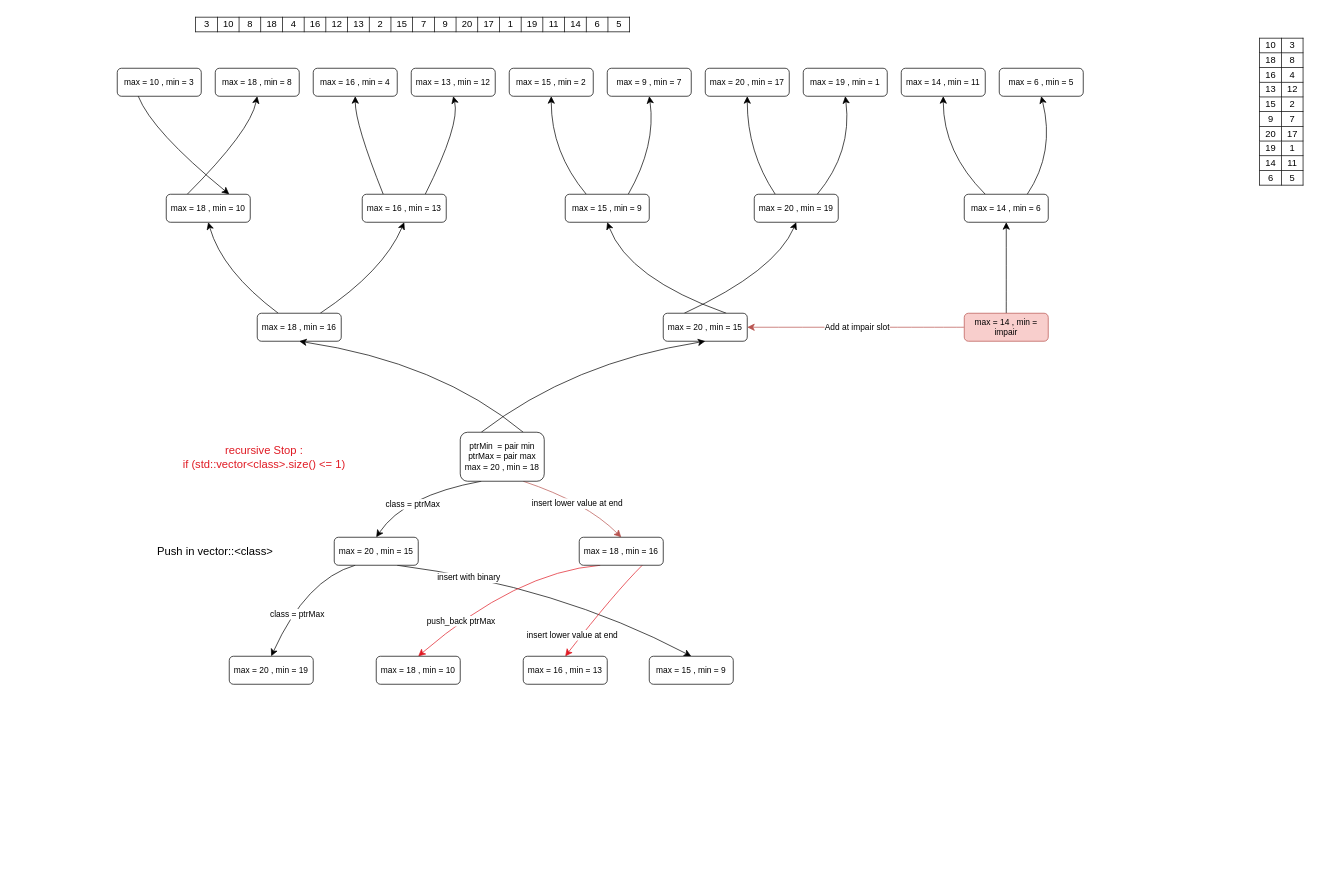
Above: CPP-09.drawio in ArmandI0/CPP-42 (draw.io), before the change. Source tidied: cells renumbered, new cells numbered last; positions are measured from the earlier drawing's top-left corner, leaving out a move shared by most shapes. Both pictures are drawn from the tidied source at 70%, with x=0, y=0 at pixel (68, 12).
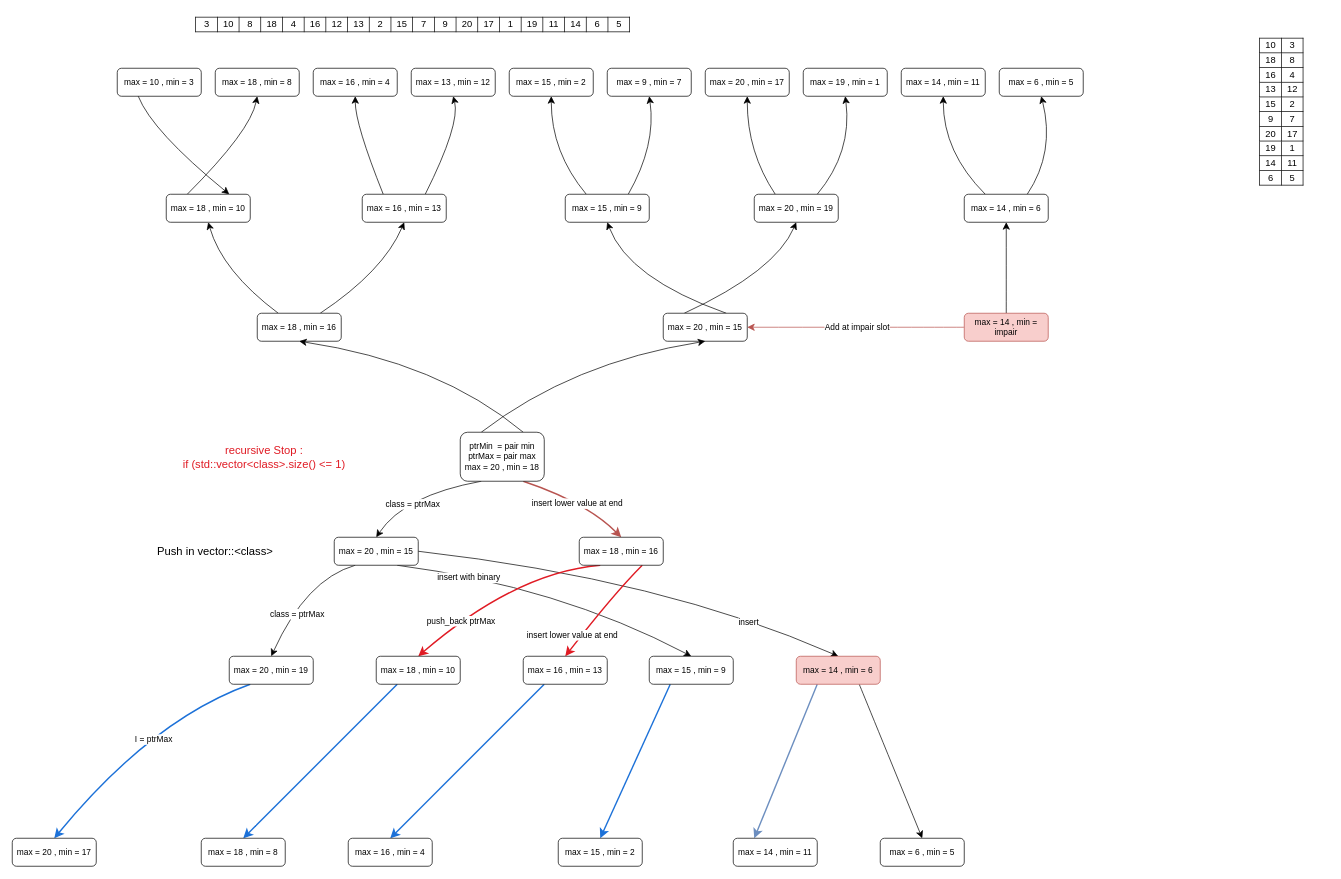
After the change.

The change refers to these unchanged cells:
```xml
<mxCell id="45" value="&lt;div&gt;ptrMin&amp;nbsp; = pair min&lt;/div&gt;&lt;div&gt;ptrMax = pair max&lt;br&gt;&lt;/div&gt;&lt;div&gt;max = 20 , min = 18&lt;br&gt;&lt;/div&gt;" style="rounded=1;whiteSpace=wrap;html=1;" parent="1" vertex="1">
  <mxGeometry x="560" y="600" width="120" height="70" as="geometry" />
</mxCell>
<mxCell id="52" value="&lt;div&gt;max = 20 , min = 15&lt;br&gt;&lt;/div&gt;" style="rounded=1;whiteSpace=wrap;html=1;" parent="1" vertex="1">
  <mxGeometry x="380" y="750" width="120" height="40" as="geometry" />
</mxCell>
<mxCell id="57" value="&lt;div&gt;max = 18 , min = 16&lt;br&gt;&lt;/div&gt;" style="rounded=1;whiteSpace=wrap;html=1;" parent="1" vertex="1">
  <mxGeometry x="730" y="750" width="120" height="40" as="geometry" />
</mxCell>
<mxCell id="58" value="&lt;div&gt;max = 20 , min = 19&lt;br&gt;&lt;/div&gt;" style="rounded=1;whiteSpace=wrap;html=1;" parent="1" vertex="1">
  <mxGeometry x="230" y="920" width="120" height="40" as="geometry" />
</mxCell>
<mxCell id="59" value="&lt;div&gt;max = 18 , min = 10&lt;br&gt;&lt;/div&gt;" style="rounded=1;whiteSpace=wrap;html=1;" parent="1" vertex="1">
  <mxGeometry x="440" y="920" width="120" height="40" as="geometry" />
</mxCell>
<mxCell id="60" value="&lt;div&gt;max = 16 , min = 13&lt;br&gt;&lt;/div&gt;" style="rounded=1;whiteSpace=wrap;html=1;" parent="1" vertex="1">
  <mxGeometry x="650" y="920" width="120" height="40" as="geometry" />
</mxCell>
<mxCell id="61" value="&lt;div&gt;max = 15 , min = 9&lt;br&gt;&lt;/div&gt;" style="rounded=1;whiteSpace=wrap;html=1;" parent="1" vertex="1">
  <mxGeometry x="830" y="920" width="120" height="40" as="geometry" />
</mxCell>
```

Change to the diagram source:
```diff
@@
-    <mxCell id="43" style="edgeStyle=none;curved=1;rounded=0;jettySize=auto;html=1;exitX=0.75;exitY=1;exitDx=0;exitDy=0;entryX=0.5;entryY=0;entryDx=0;entryDy=0;fontSize=12;startSize=8;endSize=8;fillColor=#f8cecc;strokeColor=#b85450;" parent="1" edge="1" source="45" target="57">
+    <mxCell id="43" style="edgeStyle=none;curved=1;rounded=0;jettySize=auto;html=1;exitX=0.75;exitY=1;exitDx=0;exitDy=0;entryX=0.5;entryY=0;entryDx=0;entryDy=0;fontSize=12;startSize=8;endSize=8;fillColor=#f8cecc;strokeColor=#b85450;strokeWidth=2;" parent="1" edge="1" source="45" target="57">
       <mxGeometry relative="1" as="geometry">
         <Array as="points">
           <mxPoint x="740" y="700" />
         </Array>
       </mxGeometry>
     </mxCell>
@@
+    <mxCell id="62" style="edgeStyle=none;curved=1;rounded=0;jettySize=auto;html=1;exitX=1;exitY=0.5;exitDx=0;exitDy=0;entryX=0.5;entryY=0;entryDx=0;entryDy=0;fontSize=12;startSize=8;endSize=8;" parent="1" edge="1" source="52" target="75">
+      <mxGeometry relative="1" as="geometry">
+        <Array as="points">
+          <mxPoint x="850" y="810" />
+        </Array>
+      </mxGeometry>
+    </mxCell>
+    <mxCell id="63" value="insert" style="edgeLabel;html=1;align=center;verticalAlign=middle;fontSize=12;" parent="62" vertex="1">
+      <mxGeometry x="0.56" y="-7" relative="1" as="geometry" />
+    </mxCell>
@@
-    <mxCell id="53" style="edgeStyle=none;curved=1;rounded=0;jettySize=auto;html=1;exitX=0.25;exitY=1;exitDx=0;exitDy=0;entryX=0.5;entryY=0;entryDx=0;entryDy=0;fontSize=12;startSize=8;endSize=8;strokeColor=#E01B24;" parent="1" edge="1" source="57" target="59">
+    <mxCell id="53" style="edgeStyle=none;curved=1;rounded=0;jettySize=auto;html=1;exitX=0.25;exitY=1;exitDx=0;exitDy=0;entryX=0.5;entryY=0;entryDx=0;entryDy=0;fontSize=12;startSize=8;endSize=8;strokeColor=#E01B24;strokeWidth=2;" parent="1" edge="1" source="57" target="59">
       <mxGeometry relative="1" as="geometry">
         <Array as="points">
           <mxPoint x="640" y="800" />
         </Array>
       </mxGeometry>
     </mxCell>
@@
-    <mxCell id="55" style="edgeStyle=none;curved=1;rounded=0;jettySize=auto;html=1;exitX=0.75;exitY=1;exitDx=0;exitDy=0;entryX=0.5;entryY=0;entryDx=0;entryDy=0;fontSize=12;startSize=8;endSize=8;strokeColor=#E01B24;" parent="1" edge="1" source="57" target="60">
+    <mxCell id="55" style="edgeStyle=none;curved=1;rounded=0;jettySize=auto;html=1;exitX=0.75;exitY=1;exitDx=0;exitDy=0;entryX=0.5;entryY=0;entryDx=0;entryDy=0;fontSize=12;startSize=8;endSize=8;strokeColor=#E01B24;strokeWidth=2;" parent="1" edge="1" source="57" target="60">
       <mxGeometry relative="1" as="geometry">
         <Array as="points">
           <mxPoint x="780" y="830" />
         </Array>
       </mxGeometry>
     </mxCell>
@@
+    <mxCell id="64" style="edgeStyle=none;curved=1;rounded=0;jettySize=auto;html=1;exitX=0.25;exitY=1;exitDx=0;exitDy=0;entryX=0.5;entryY=0;entryDx=0;entryDy=0;fontSize=12;startSize=8;endSize=8;fillColor=#ffe6cc;strokeColor=#1C71D8;strokeWidth=2;" parent="1" edge="1" source="58" target="69">
+      <mxGeometry relative="1" as="geometry">
+        <Array as="points">
+          <mxPoint x="120" y="1010" />
+        </Array>
+      </mxGeometry>
+    </mxCell>
+    <mxCell id="65" value="I = ptrMax" style="edgeLabel;html=1;align=center;verticalAlign=middle;fontSize=12;" parent="64" vertex="1">
+      <mxGeometry x="-0.08" y="19" relative="1" as="geometry" />
+    </mxCell>
@@
+    <mxCell id="66" style="edgeStyle=none;curved=1;rounded=0;jettySize=auto;html=1;exitX=0.25;exitY=1;exitDx=0;exitDy=0;entryX=0.5;entryY=0;entryDx=0;entryDy=0;fontSize=12;startSize=8;endSize=8;fillColor=#ffe6cc;strokeColor=#1C71D8;strokeWidth=2;" parent="1" edge="1" source="59" target="70">
+      <mxGeometry relative="1" as="geometry" />
+    </mxCell>
@@
+    <mxCell id="67" style="edgeStyle=none;curved=1;rounded=0;jettySize=auto;html=1;exitX=0.25;exitY=1;exitDx=0;exitDy=0;entryX=0.5;entryY=0;entryDx=0;entryDy=0;fontSize=12;startSize=8;endSize=8;fillColor=#ffe6cc;strokeColor=#1C71D8;strokeWidth=2;" parent="1" edge="1" source="60" target="71">
+      <mxGeometry relative="1" as="geometry" />
+    </mxCell>
@@
+    <mxCell id="68" style="edgeStyle=none;curved=1;rounded=0;jettySize=auto;html=1;exitX=0.25;exitY=1;exitDx=0;exitDy=0;entryX=0.5;entryY=0;entryDx=0;entryDy=0;fontSize=12;startSize=8;endSize=8;fillColor=#ffe6cc;strokeColor=#1C71D8;strokeWidth=2;" parent="1" edge="1" source="61" target="72">
+      <mxGeometry relative="1" as="geometry" />
+    </mxCell>
@@
+    <mxCell id="69" value="&lt;div&gt;max = 20 , min = 17&lt;br&gt;&lt;/div&gt;" style="rounded=1;whiteSpace=wrap;html=1;" parent="1" vertex="1">
+      <mxGeometry x="-80" y="1180" width="120" height="40" as="geometry" />
+    </mxCell>
+    <mxCell id="70" value="&lt;div&gt;max = 18 , min = 8&lt;br&gt;&lt;/div&gt;" style="rounded=1;whiteSpace=wrap;html=1;" parent="1" vertex="1">
+      <mxGeometry x="190" y="1180" width="120" height="40" as="geometry" />
+    </mxCell>
+    <mxCell id="71" value="&lt;div&gt;max = 16 , min = 4&lt;br&gt;&lt;/div&gt;" style="rounded=1;whiteSpace=wrap;html=1;" parent="1" vertex="1">
+      <mxGeometry x="400" y="1180" width="120" height="40" as="geometry" />
+    </mxCell>
+    <mxCell id="72" value="&lt;div&gt;max = 15 , min = 2&lt;br&gt;&lt;/div&gt;" style="rounded=1;whiteSpace=wrap;html=1;" parent="1" vertex="1">
+      <mxGeometry x="700" y="1180" width="120" height="40" as="geometry" />
+    </mxCell>
+    <mxCell id="73" style="edgeStyle=none;curved=1;rounded=0;jettySize=auto;html=1;exitX=0.25;exitY=1;exitDx=0;exitDy=0;entryX=0.25;entryY=0;entryDx=0;entryDy=0;fontSize=12;startSize=8;endSize=8;strokeWidth=2;fillColor=#dae8fc;strokeColor=#6c8ebf;" parent="1" edge="1" source="75" target="76">
+      <mxGeometry relative="1" as="geometry" />
+    </mxCell>
+    <mxCell id="74" style="edgeStyle=none;curved=1;rounded=0;jettySize=auto;html=1;exitX=0.75;exitY=1;exitDx=0;exitDy=0;entryX=0.5;entryY=0;entryDx=0;entryDy=0;fontSize=12;startSize=8;endSize=8;" parent="1" edge="1" source="75" target="77">
+      <mxGeometry relative="1" as="geometry" />
+    </mxCell>
+    <mxCell id="75" value="&lt;div&gt;max = 14 , min = 6&lt;br&gt;&lt;/div&gt;" style="rounded=1;whiteSpace=wrap;html=1;fillColor=#f8cecc;strokeColor=#b85450;" parent="1" vertex="1">
+      <mxGeometry x="1040" y="920" width="120" height="40" as="geometry" />
+    </mxCell>
+    <mxCell id="76" value="&lt;div&gt;max = 14 , min = 11&lt;br&gt;&lt;/div&gt;" style="rounded=1;whiteSpace=wrap;html=1;" parent="1" vertex="1">
+      <mxGeometry x="950" y="1180" width="120" height="40" as="geometry" />
+    </mxCell>
+    <mxCell id="77" value="&lt;div&gt;max = 6 , min = 5&lt;br&gt;&lt;/div&gt;" style="rounded=1;whiteSpace=wrap;html=1;" parent="1" vertex="1">
+      <mxGeometry x="1160" y="1180" width="120" height="40" as="geometry" />
+    </mxCell>
```
